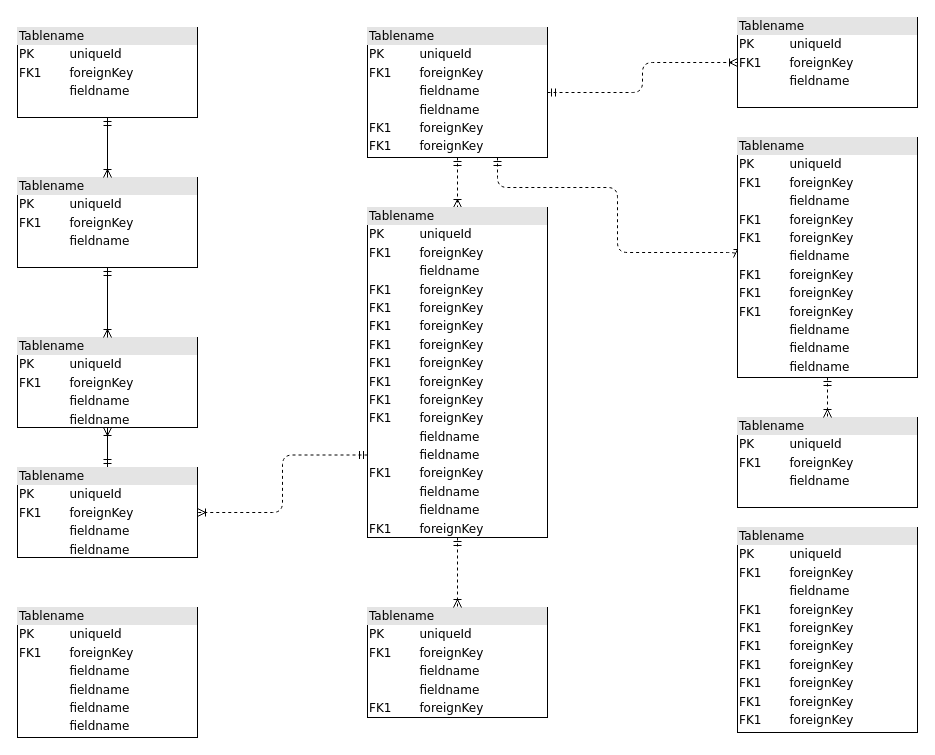
Before: FYP2025Kevin.drawio in CaoimhinHawk1/Kevin-Hough-FYP-Project-2025, a draw.io diagram. Source tidied: cells renumbered, new cells numbered last; positions are measured from the earlier drawing's top-left corner, leaving out a move shared by most shapes. Both pictures are drawn from the tidied source at 100%, with x=0, y=0 at pixel (17, 17).
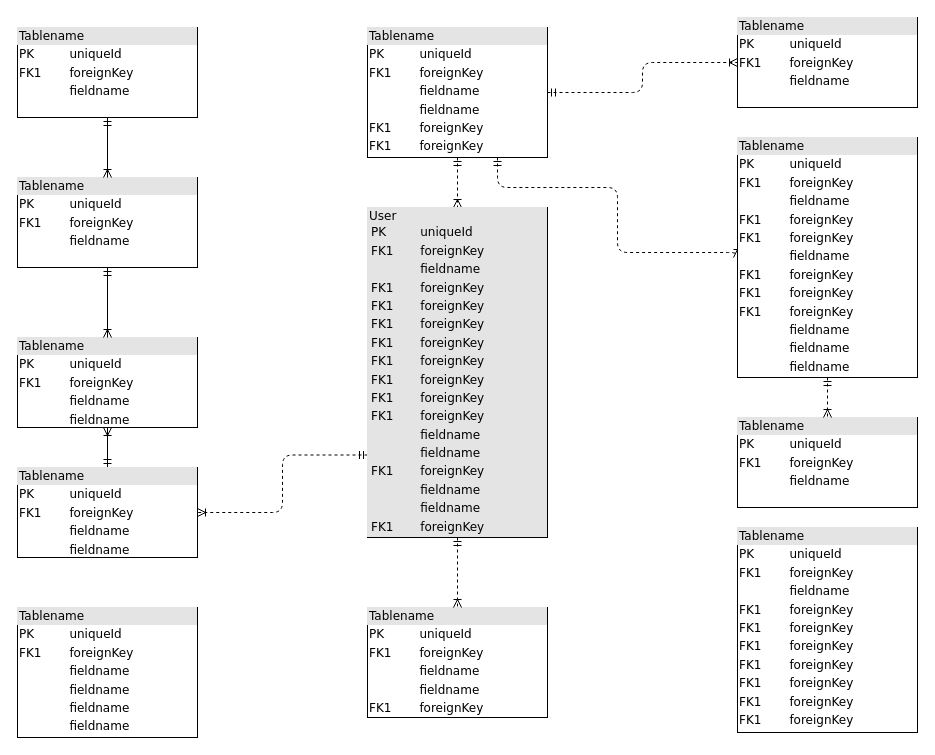
The same page after the edit.

The edit, as a diff of the source:
```diff
@@
-    <mxCell id="16" value="&lt;div style=&quot;box-sizing: border-box ; width: 100% ; background: #e4e4e4 ; padding: 2px&quot;&gt;Tablename&lt;/div&gt;&lt;table style=&quot;width: 100% ; font-size: 1em&quot; cellpadding=&quot;2&quot; cellspacing=&quot;0&quot;&gt;&lt;tbody&gt;&lt;tr&gt;&lt;td&gt;PK&lt;/td&gt;&lt;td&gt;uniqueId&lt;/td&gt;&lt;/tr&gt;&lt;tr&gt;&lt;td&gt;FK1&lt;/td&gt;&lt;td&gt;foreignKey&lt;/td&gt;&lt;/tr&gt;&lt;tr&gt;&lt;td&gt;&lt;/td&gt;&lt;td&gt;fieldname&lt;/td&gt;&lt;/tr&gt;&lt;tr&gt;&lt;td&gt;FK1&lt;br&gt;&lt;/td&gt;&lt;td&gt;foreignKey&lt;br&gt;&lt;/td&gt;&lt;/tr&gt;&lt;tr&gt;&lt;td&gt;FK1&lt;br&gt;&lt;/td&gt;&lt;td&gt;foreignKey&lt;br&gt;&lt;/td&gt;&lt;/tr&gt;&lt;tr&gt;&lt;td&gt;FK1&lt;br&gt;&lt;/td&gt;&lt;td&gt;foreignKey&lt;br&gt;&lt;/td&gt;&lt;/tr&gt;&lt;tr&gt;&lt;td&gt;FK1&lt;br&gt;&lt;/td&gt;&lt;td&gt;foreignKey&lt;br&gt;&lt;/td&gt;&lt;/tr&gt;&lt;tr&gt;&lt;td&gt;FK1&lt;br&gt;&lt;/td&gt;&lt;td&gt;foreignKey&lt;br&gt;&lt;/td&gt;&lt;/tr&gt;&lt;tr&gt;&lt;td&gt;FK1&lt;br&gt;&lt;/td&gt;&lt;td&gt;foreignKey&lt;br&gt;&lt;/td&gt;&lt;/tr&gt;&lt;tr&gt;&lt;td&gt;FK1&lt;br&gt;&lt;/td&gt;&lt;td&gt;foreignKey&lt;br&gt;&lt;/td&gt;&lt;/tr&gt;&lt;tr&gt;&lt;td&gt;FK1&lt;br&gt;&lt;/td&gt;&lt;td&gt;foreignKey&lt;br&gt;&lt;/td&gt;&lt;/tr&gt;&lt;tr&gt;&lt;td&gt;&lt;br&gt;&lt;/td&gt;&lt;td&gt;fieldname&lt;br&gt;&lt;/td&gt;&lt;/tr&gt;&lt;tr&gt;&lt;td&gt;&lt;br&gt;&lt;/td&gt;&lt;td&gt;fieldname&lt;br&gt;&lt;/td&gt;&lt;/tr&gt;&lt;tr&gt;&lt;td&gt;FK1&lt;br&gt;&lt;/td&gt;&lt;td&gt;foreignKey&lt;br&gt;&lt;/td&gt;&lt;/tr&gt;&lt;tr&gt;&lt;td&gt;&lt;br&gt;&lt;/td&gt;&lt;td&gt;fieldname&lt;br&gt;&lt;/td&gt;&lt;/tr&gt;&lt;tr&gt;&lt;td&gt;&lt;br&gt;&lt;/td&gt;&lt;td&gt;fieldname&lt;br&gt;&lt;/td&gt;&lt;/tr&gt;&lt;tr&gt;&lt;td&gt;FK1&lt;br&gt;&lt;/td&gt;&lt;td&gt;foreignKey&lt;br&gt;&lt;/td&gt;&lt;/tr&gt;&lt;/tbody&gt;&lt;/table&gt;" style="verticalAlign=top;align=left;overflow=fill;html=1;rounded=0;shadow=0;comic=0;labelBackgroundColor=none;strokeWidth=1;fontFamily=Verdana;fontSize=12;" parent="1" vertex="1">
+    <mxCell id="16" value="&lt;div style=&quot;box-sizing: border-box ; width: 100% ; background: #e4e4e4 ; padding: 2px&quot;&gt;User&lt;table style=&quot;background-color: initial; font-size: 1em; width: 100%;&quot; cellpadding=&quot;2&quot; cellspacing=&quot;0&quot;&gt;&lt;tbody&gt;&lt;tr&gt;&lt;td&gt;PK&lt;/td&gt;&lt;td&gt;uniqueId&lt;/td&gt;&lt;/tr&gt;&lt;tr&gt;&lt;td&gt;FK1&lt;/td&gt;&lt;td&gt;foreignKey&lt;/td&gt;&lt;/tr&gt;&lt;tr&gt;&lt;td&gt;&lt;/td&gt;&lt;td&gt;fieldname&lt;/td&gt;&lt;/tr&gt;&lt;tr&gt;&lt;td&gt;FK1&lt;br&gt;&lt;/td&gt;&lt;td&gt;foreignKey&lt;br&gt;&lt;/td&gt;&lt;/tr&gt;&lt;tr&gt;&lt;td&gt;FK1&lt;br&gt;&lt;/td&gt;&lt;td&gt;foreignKey&lt;br&gt;&lt;/td&gt;&lt;/tr&gt;&lt;tr&gt;&lt;td&gt;FK1&lt;br&gt;&lt;/td&gt;&lt;td&gt;foreignKey&lt;br&gt;&lt;/td&gt;&lt;/tr&gt;&lt;tr&gt;&lt;td&gt;FK1&lt;br&gt;&lt;/td&gt;&lt;td&gt;foreignKey&lt;br&gt;&lt;/td&gt;&lt;/tr&gt;&lt;tr&gt;&lt;td&gt;FK1&lt;br&gt;&lt;/td&gt;&lt;td&gt;foreignKey&lt;br&gt;&lt;/td&gt;&lt;/tr&gt;&lt;tr&gt;&lt;td&gt;FK1&lt;br&gt;&lt;/td&gt;&lt;td&gt;foreignKey&lt;br&gt;&lt;/td&gt;&lt;/tr&gt;&lt;tr&gt;&lt;td&gt;FK1&lt;br&gt;&lt;/td&gt;&lt;td&gt;foreignKey&lt;br&gt;&lt;/td&gt;&lt;/tr&gt;&lt;tr&gt;&lt;td&gt;FK1&lt;br&gt;&lt;/td&gt;&lt;td&gt;foreignKey&lt;br&gt;&lt;/td&gt;&lt;/tr&gt;&lt;tr&gt;&lt;td&gt;&lt;br&gt;&lt;/td&gt;&lt;td&gt;fieldname&lt;br&gt;&lt;/td&gt;&lt;/tr&gt;&lt;tr&gt;&lt;td&gt;&lt;br&gt;&lt;/td&gt;&lt;td&gt;fieldname&lt;br&gt;&lt;/td&gt;&lt;/tr&gt;&lt;tr&gt;&lt;td&gt;FK1&lt;br&gt;&lt;/td&gt;&lt;td&gt;foreignKey&lt;br&gt;&lt;/td&gt;&lt;/tr&gt;&lt;tr&gt;&lt;td&gt;&lt;br&gt;&lt;/td&gt;&lt;td&gt;fieldname&lt;br&gt;&lt;/td&gt;&lt;/tr&gt;&lt;tr&gt;&lt;td&gt;&lt;br&gt;&lt;/td&gt;&lt;td&gt;fieldname&lt;br&gt;&lt;/td&gt;&lt;/tr&gt;&lt;tr&gt;&lt;td&gt;FK1&lt;br&gt;&lt;/td&gt;&lt;td&gt;foreignKey&lt;br&gt;&lt;/td&gt;&lt;/tr&gt;&lt;/tbody&gt;&lt;/table&gt;&lt;/div&gt;" style="verticalAlign=top;align=left;overflow=fill;html=1;rounded=0;shadow=0;comic=0;labelBackgroundColor=none;strokeWidth=1;fontFamily=Verdana;fontSize=12;" parent="1" vertex="1">
       <mxGeometry x="350" y="190" width="180" height="330" as="geometry" />
     </mxCell>
```
